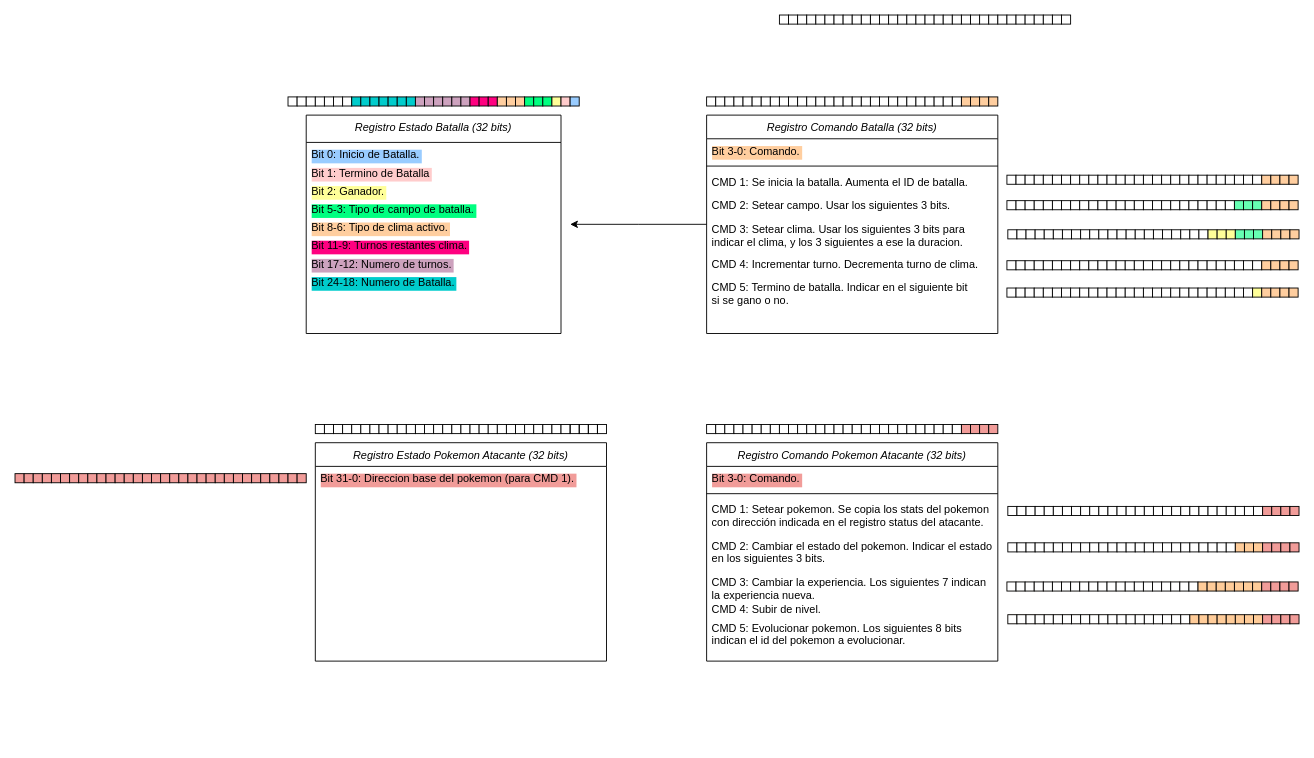
sufigueroa/rars keeps this draw.io diagram as src/images/pokemon/UML.drawio. Above is the earlier version. Source tidied: cells renumbered, new cells numbered last; positions are measured from the earlier drawing's top-left corner, leaving out a move shared by most shapes. Both pictures are drawn from the tidied source at 91%, with x=0, y=0 at pixel (15, 15).
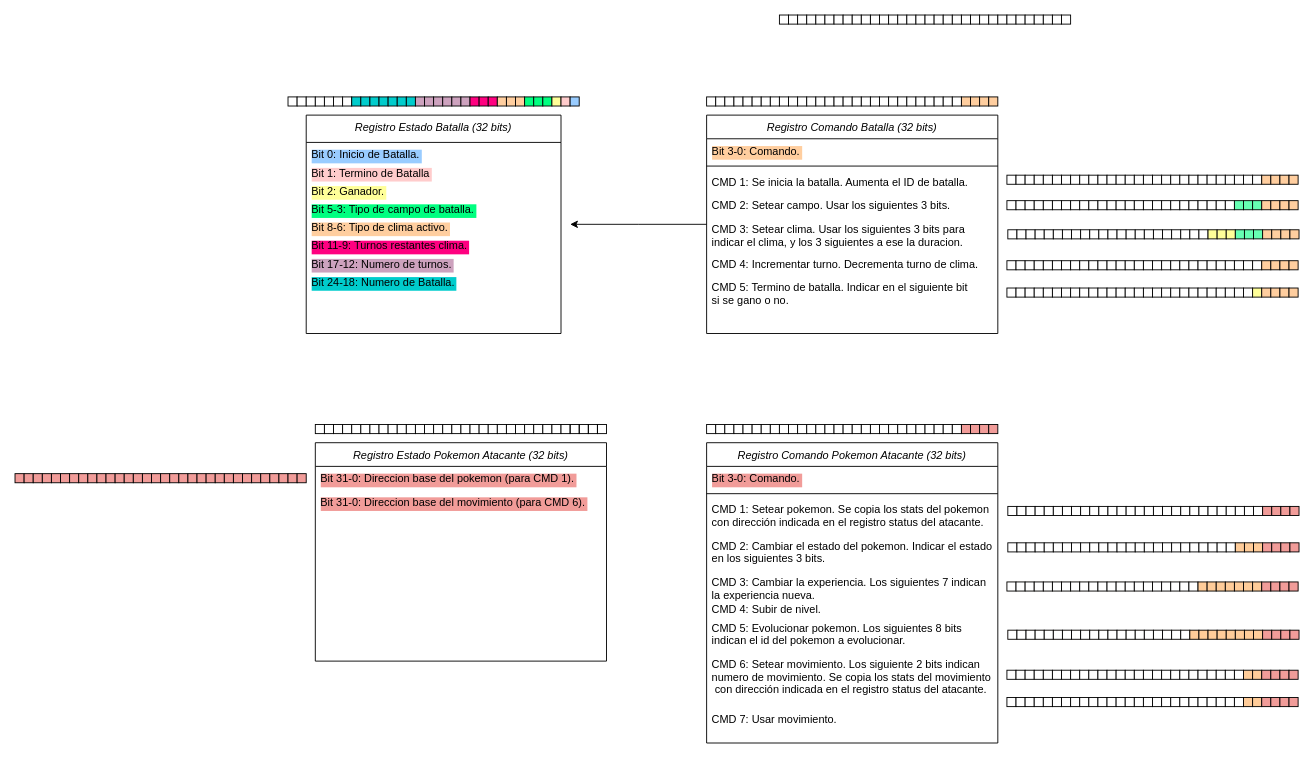
After the change.

The change refers to these unchanged cells:
```xml
<mxCell id="325" value="Registro Estado Pokemon Atacante (32 bits)" style="swimlane;fontStyle=2;align=center;verticalAlign=top;horizontal=1;startSize=26;rounded=0;shadow=0;strokeWidth=1;" parent="1" vertex="1">
  <mxGeometry x="330" y="470" width="320" height="240" as="geometry" />
</mxCell>
```

The edit, as a diff of the source:
```diff
@@
     <mxCell id="119" value="Registro Comando Pokemon Atacante (32 bits)" style="swimlane;fontStyle=2;align=center;verticalAlign=top;horizontal=1;startSize=26;rounded=0;shadow=0;strokeWidth=1;" parent="1" vertex="1">
-      <mxGeometry x="760" y="470" width="320" height="240" as="geometry" />
+      <mxGeometry x="760" y="470" width="320" height="330" as="geometry" />
     </mxCell>
@@
+    <mxCell id="525" value="CMD 6: Setear movimiento. Los siguiente 2 bits indican &#10;numero de movimiento. Se copia los stats del movimiento&#10; con dirección indicada en el registro status del atacante." style="text;align=left;verticalAlign=top;spacingLeft=4;spacingRight=4;overflow=hidden;" parent="119" vertex="1">
+      <mxGeometry y="230" width="320" height="60" as="geometry" />
+    </mxCell>
+    <mxCell id="526" value="CMD 7: Usar movimiento." style="text;align=left;verticalAlign=top;spacingLeft=4;spacingRight=4;overflow=hidden;" parent="119" vertex="1">
+      <mxGeometry y="290" width="320" height="40" as="geometry" />
+    </mxCell>
@@
+    <mxCell id="527" value="Bit 31-0: Direccion base del movimiento (para CMD 6)." style="text;align=left;verticalAlign=top;spacingLeft=4;spacingRight=4;overflow=hidden;labelBackgroundColor=#F19C99;" parent="325" vertex="1">
+      <mxGeometry y="52" width="320" height="26" as="geometry" />
+    </mxCell>
@@
     <mxCell id="459" style="group;fillColor=#FFCC99;" parent="1" vertex="1">
-      <mxGeometry x="1091" y="659" width="320" height="10" as="geometry" />
+      <mxGeometry x="1091" y="676" width="320" height="10" as="geometry" />
     </mxCell>
@@
+    <mxCell id="528" style="group;" parent="1" vertex="1">
+      <mxGeometry x="1090" y="750" width="320" height="10" as="geometry" />
+    </mxCell>
+    <mxCell id="529" style="whiteSpace=wrap;html=1;" parent="528" vertex="1">
+      <mxGeometry width="10" height="10" as="geometry" />
+    </mxCell>
+    <mxCell id="530" style="whiteSpace=wrap;html=1;" parent="528" vertex="1">
+      <mxGeometry x="10" width="10" height="10" as="geometry" />
+    </mxCell>
+    <mxCell id="531" style="whiteSpace=wrap;html=1;" parent="528" vertex="1">
+      <mxGeometry x="20" width="10" height="10" as="geometry" />
+    </mxCell>
+    <mxCell id="532" style="whiteSpace=wrap;html=1;" parent="528" vertex="1">
+      <mxGeometry x="30" width="10" height="10" as="geometry" />
+    </mxCell>
+    <mxCell id="533" style="whiteSpace=wrap;html=1;" parent="528" vertex="1">
+      <mxGeometry x="40" width="10" height="10" as="geometry" />
+    </mxCell>
+    <mxCell id="534" style="whiteSpace=wrap;html=1;" parent="528" vertex="1">
+      <mxGeometry x="50" width="10" height="10" as="geometry" />
+    </mxCell>
+    <mxCell id="535" style="whiteSpace=wrap;html=1;" parent="528" vertex="1">
+      <mxGeometry x="60" width="10" height="10" as="geometry" />
+    </mxCell>
+    <mxCell id="536" style="whiteSpace=wrap;html=1;" parent="528" vertex="1">
+      <mxGeometry x="70" width="10" height="10" as="geometry" />
+    </mxCell>
+    <mxCell id="537" style="whiteSpace=wrap;html=1;fillColor=#FFFFFF;" parent="528" vertex="1">
+      <mxGeometry x="80" width="10" height="10" as="geometry" />
+    </mxCell>
+    <mxCell id="538" style="whiteSpace=wrap;html=1;fillColor=#FFFFFF;" parent="528" vertex="1">
+      <mxGeometry x="90" width="10" height="10" as="geometry" />
+    </mxCell>
+    <mxCell id="539" style="whiteSpace=wrap;html=1;fillColor=#FFFFFF;" parent="528" vertex="1">
+      <mxGeometry x="100" width="10" height="10" as="geometry" />
+    </mxCell>
+    <mxCell id="540" style="whiteSpace=wrap;html=1;fillColor=#FFFFFF;" parent="528" vertex="1">
+      <mxGeometry x="110" width="10" height="10" as="geometry" />
+    </mxCell>
+    <mxCell id="541" style="whiteSpace=wrap;html=1;fillColor=#FFFFFF;" parent="528" vertex="1">
+      <mxGeometry x="120" width="10" height="10" as="geometry" />
+    </mxCell>
+    <mxCell id="542" style="whiteSpace=wrap;html=1;fillColor=#FFFFFF;" parent="528" vertex="1">
+      <mxGeometry x="130" width="10" height="10" as="geometry" />
+    </mxCell>
+    <mxCell id="543" style="whiteSpace=wrap;html=1;fillColor=#FFFFFF;" parent="528" vertex="1">
+      <mxGeometry x="140" width="10" height="10" as="geometry" />
+    </mxCell>
+    <mxCell id="544" style="whiteSpace=wrap;html=1;fillColor=#FFFFFF;" parent="528" vertex="1">
+      <mxGeometry x="150" width="10" height="10" as="geometry" />
+    </mxCell>
+    <mxCell id="545" style="whiteSpace=wrap;html=1;fillColor=#FFFFFF;" parent="528" vertex="1">
+      <mxGeometry x="160" width="10" height="10" as="geometry" />
+    </mxCell>
+    <mxCell id="546" style="whiteSpace=wrap;html=1;fillColor=#FFFFFF;" parent="528" vertex="1">
+      <mxGeometry x="170" width="10" height="10" as="geometry" />
+    </mxCell>
+    <mxCell id="547" style="whiteSpace=wrap;html=1;fillColor=#FFFFFF;" parent="528" vertex="1">
+      <mxGeometry x="180" width="10" height="10" as="geometry" />
+    </mxCell>
+    <mxCell id="548" style="whiteSpace=wrap;html=1;fillColor=#FFFFFF;" parent="528" vertex="1">
+      <mxGeometry x="190" width="10" height="10" as="geometry" />
+    </mxCell>
+    <mxCell id="549" style="whiteSpace=wrap;html=1;fillColor=#FFFFFF;" parent="528" vertex="1">
+      <mxGeometry x="200" width="10" height="10" as="geometry" />
+    </mxCell>
+    <mxCell id="550" style="whiteSpace=wrap;html=1;fillColor=#FFFFFF;" parent="528" vertex="1">
+      <mxGeometry x="210" width="10" height="10" as="geometry" />
+    </mxCell>
+    <mxCell id="551" style="whiteSpace=wrap;html=1;fillColor=#FFFFFF;" parent="528" vertex="1">
+      <mxGeometry x="220" width="10" height="10" as="geometry" />
+    </mxCell>
+    <mxCell id="552" style="whiteSpace=wrap;html=1;fillColor=#FFFFFF;" parent="528" vertex="1">
+      <mxGeometry x="230" width="10" height="10" as="geometry" />
+    </mxCell>
+    <mxCell id="553" style="whiteSpace=wrap;html=1;fillColor=#FFFFFF;" parent="528" vertex="1">
+      <mxGeometry x="240" width="10" height="10" as="geometry" />
+    </mxCell>
+    <mxCell id="554" style="whiteSpace=wrap;html=1;fillColor=#FFFFFF;" parent="528" vertex="1">
+      <mxGeometry x="250" width="10" height="10" as="geometry" />
+    </mxCell>
+    <mxCell id="555" style="whiteSpace=wrap;html=1;fillColor=#FFCC99;labelBackgroundColor=none;" parent="528" vertex="1">
+      <mxGeometry x="260" width="10" height="10" as="geometry" />
+    </mxCell>
+    <mxCell id="556" style="whiteSpace=wrap;html=1;fillColor=#FFCC99;labelBackgroundColor=none;" parent="528" vertex="1">
+      <mxGeometry x="270" width="10" height="10" as="geometry" />
+    </mxCell>
+    <mxCell id="557" style="whiteSpace=wrap;html=1;fillColor=#F19C99;" parent="528" vertex="1">
+      <mxGeometry x="280" width="10" height="10" as="geometry" />
+    </mxCell>
+    <mxCell id="558" style="whiteSpace=wrap;html=1;fillColor=#F19C99;" parent="528" vertex="1">
+      <mxGeometry x="290" width="10" height="10" as="geometry" />
+    </mxCell>
+    <mxCell id="559" style="whiteSpace=wrap;html=1;fillColor=#F19C99;" parent="528" vertex="1">
+      <mxGeometry x="300" width="10" height="10" as="geometry" />
+    </mxCell>
+    <mxCell id="560" style="whiteSpace=wrap;html=1;fillColor=#F19C99;" parent="528" vertex="1">
+      <mxGeometry x="310" width="10" height="10" as="geometry" />
+    </mxCell>
+    <mxCell id="561" style="group;" parent="1" vertex="1">
+      <mxGeometry x="1090" y="720" width="320" height="10" as="geometry" />
+    </mxCell>
+    <mxCell id="562" style="whiteSpace=wrap;html=1;" parent="561" vertex="1">
+      <mxGeometry width="10" height="10" as="geometry" />
+    </mxCell>
+    <mxCell id="563" style="whiteSpace=wrap;html=1;" parent="561" vertex="1">
+      <mxGeometry x="10" width="10" height="10" as="geometry" />
+    </mxCell>
+    <mxCell id="564" style="whiteSpace=wrap;html=1;" parent="561" vertex="1">
+      <mxGeometry x="20" width="10" height="10" as="geometry" />
+    </mxCell>
+    <mxCell id="565" style="whiteSpace=wrap;html=1;" parent="561" vertex="1">
+      <mxGeometry x="30" width="10" height="10" as="geometry" />
+    </mxCell>
+    <mxCell id="566" style="whiteSpace=wrap;html=1;" parent="561" vertex="1">
+      <mxGeometry x="40" width="10" height="10" as="geometry" />
+    </mxCell>
+    <mxCell id="567" style="whiteSpace=wrap;html=1;" parent="561" vertex="1">
+      <mxGeometry x="50" width="10" height="10" as="geometry" />
+    </mxCell>
+    <mxCell id="568" style="whiteSpace=wrap;html=1;" parent="561" vertex="1">
+      <mxGeometry x="60" width="10" height="10" as="geometry" />
+    </mxCell>
+    <mxCell id="569" style="whiteSpace=wrap;html=1;" parent="561" vertex="1">
+      <mxGeometry x="70" width="10" height="10" as="geometry" />
+    </mxCell>
+    <mxCell id="570" style="whiteSpace=wrap;html=1;fillColor=#FFFFFF;" parent="561" vertex="1">
+      <mxGeometry x="80" width="10" height="10" as="geometry" />
+    </mxCell>
+    <mxCell id="571" style="whiteSpace=wrap;html=1;fillColor=#FFFFFF;" parent="561" vertex="1">
+      <mxGeometry x="90" width="10" height="10" as="geometry" />
+    </mxCell>
+    <mxCell id="572" style="whiteSpace=wrap;html=1;fillColor=#FFFFFF;" parent="561" vertex="1">
+      <mxGeometry x="100" width="10" height="10" as="geometry" />
+    </mxCell>
+    <mxCell id="573" style="whiteSpace=wrap;html=1;fillColor=#FFFFFF;" parent="561" vertex="1">
+      <mxGeometry x="110" width="10" height="10" as="geometry" />
+    </mxCell>
+    <mxCell id="574" style="whiteSpace=wrap;html=1;fillColor=#FFFFFF;" parent="561" vertex="1">
+      <mxGeometry x="120" width="10" height="10" as="geometry" />
+    </mxCell>
+    <mxCell id="575" style="whiteSpace=wrap;html=1;fillColor=#FFFFFF;" parent="561" vertex="1">
+      <mxGeometry x="130" width="10" height="10" as="geometry" />
+    </mxCell>
+    <mxCell id="576" style="whiteSpace=wrap;html=1;fillColor=#FFFFFF;" parent="561" vertex="1">
+      <mxGeometry x="140" width="10" height="10" as="geometry" />
+    </mxCell>
+    <mxCell id="577" style="whiteSpace=wrap;html=1;fillColor=#FFFFFF;" parent="561" vertex="1">
+      <mxGeometry x="150" width="10" height="10" as="geometry" />
+    </mxCell>
+    <mxCell id="578" style="whiteSpace=wrap;html=1;fillColor=#FFFFFF;" parent="561" vertex="1">
+      <mxGeometry x="160" width="10" height="10" as="geometry" />
+    </mxCell>
+    <mxCell id="579" style="whiteSpace=wrap;html=1;fillColor=#FFFFFF;" parent="561" vertex="1">
+      <mxGeometry x="170" width="10" height="10" as="geometry" />
+    </mxCell>
+    <mxCell id="580" style="whiteSpace=wrap;html=1;fillColor=#FFFFFF;" parent="561" vertex="1">
+      <mxGeometry x="180" width="10" height="10" as="geometry" />
+    </mxCell>
+    <mxCell id="581" style="whiteSpace=wrap;html=1;fillColor=#FFFFFF;" parent="561" vertex="1">
+      <mxGeometry x="190" width="10" height="10" as="geometry" />
+    </mxCell>
+    <mxCell id="582" style="whiteSpace=wrap;html=1;fillColor=#FFFFFF;" parent="561" vertex="1">
+      <mxGeometry x="200" width="10" height="10" as="geometry" />
+    </mxCell>
+    <mxCell id="583" style="whiteSpace=wrap;html=1;fillColor=#FFFFFF;" parent="561" vertex="1">
+      <mxGeometry x="210" width="10" height="10" as="geometry" />
+    </mxCell>
+    <mxCell id="584" style="whiteSpace=wrap;html=1;fillColor=#FFFFFF;" parent="561" vertex="1">
+      <mxGeometry x="220" width="10" height="10" as="geometry" />
+    </mxCell>
+    <mxCell id="585" style="whiteSpace=wrap;html=1;fillColor=#FFFFFF;" parent="561" vertex="1">
+      <mxGeometry x="230" width="10" height="10" as="geometry" />
+    </mxCell>
+    <mxCell id="586" style="whiteSpace=wrap;html=1;fillColor=#FFFFFF;" parent="561" vertex="1">
+      <mxGeometry x="240" width="10" height="10" as="geometry" />
+    </mxCell>
+    <mxCell id="587" style="whiteSpace=wrap;html=1;fillColor=#FFFFFF;" parent="561" vertex="1">
+      <mxGeometry x="250" width="10" height="10" as="geometry" />
+    </mxCell>
+    <mxCell id="588" style="whiteSpace=wrap;html=1;fillColor=#FFCC99;labelBackgroundColor=none;" parent="561" vertex="1">
+      <mxGeometry x="260" width="10" height="10" as="geometry" />
+    </mxCell>
+    <mxCell id="589" style="whiteSpace=wrap;html=1;fillColor=#FFCC99;labelBackgroundColor=none;" parent="561" vertex="1">
+      <mxGeometry x="270" width="10" height="10" as="geometry" />
+    </mxCell>
+    <mxCell id="590" style="whiteSpace=wrap;html=1;fillColor=#F19C99;" parent="561" vertex="1">
+      <mxGeometry x="280" width="10" height="10" as="geometry" />
+    </mxCell>
+    <mxCell id="591" style="whiteSpace=wrap;html=1;fillColor=#F19C99;" parent="561" vertex="1">
+      <mxGeometry x="290" width="10" height="10" as="geometry" />
+    </mxCell>
+    <mxCell id="592" style="whiteSpace=wrap;html=1;fillColor=#F19C99;" parent="561" vertex="1">
+      <mxGeometry x="300" width="10" height="10" as="geometry" />
+    </mxCell>
+    <mxCell id="593" style="whiteSpace=wrap;html=1;fillColor=#F19C99;" parent="561" vertex="1">
+      <mxGeometry x="310" width="10" height="10" as="geometry" />
+    </mxCell>
```
